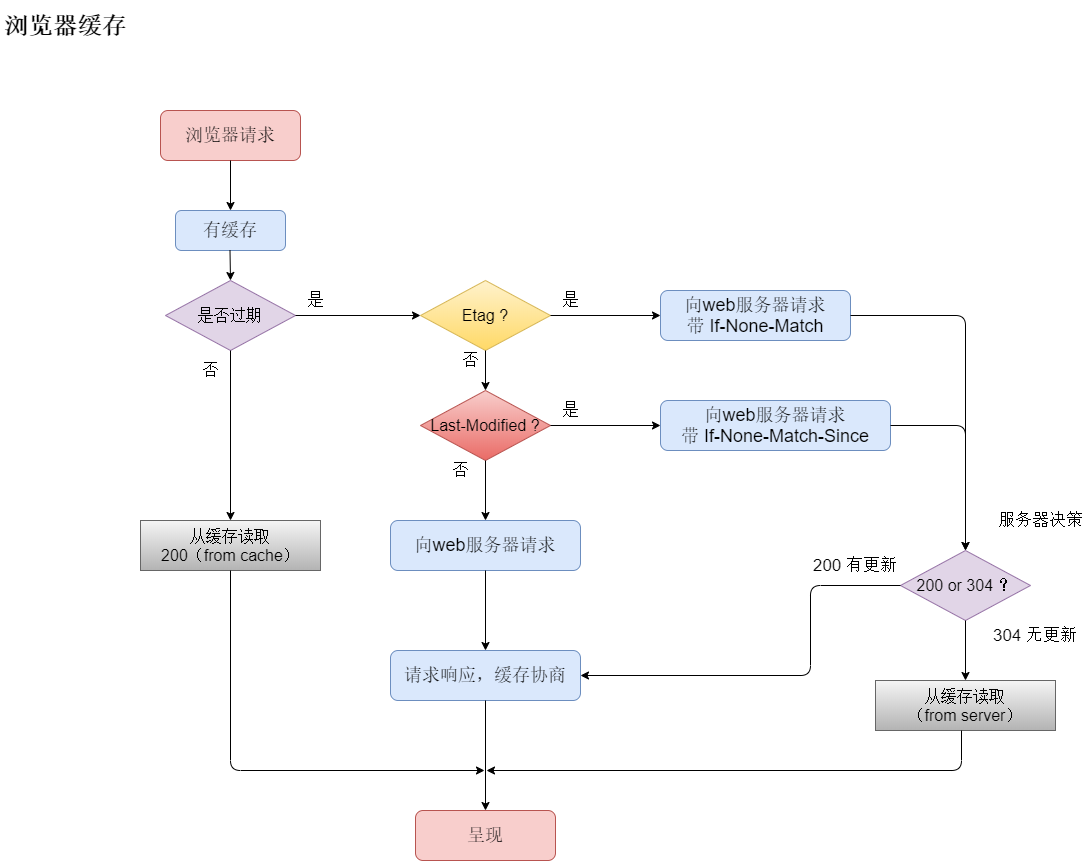
Before: nginx/Browser-cache-principle-1.png, a diagram exported from draw.io (Nevermore12321/LeetCode). Source tidied: cells renumbered, new cells last; positions are measured from the earlier drawing's top-left corner, leaving out a move shared by most shapes.
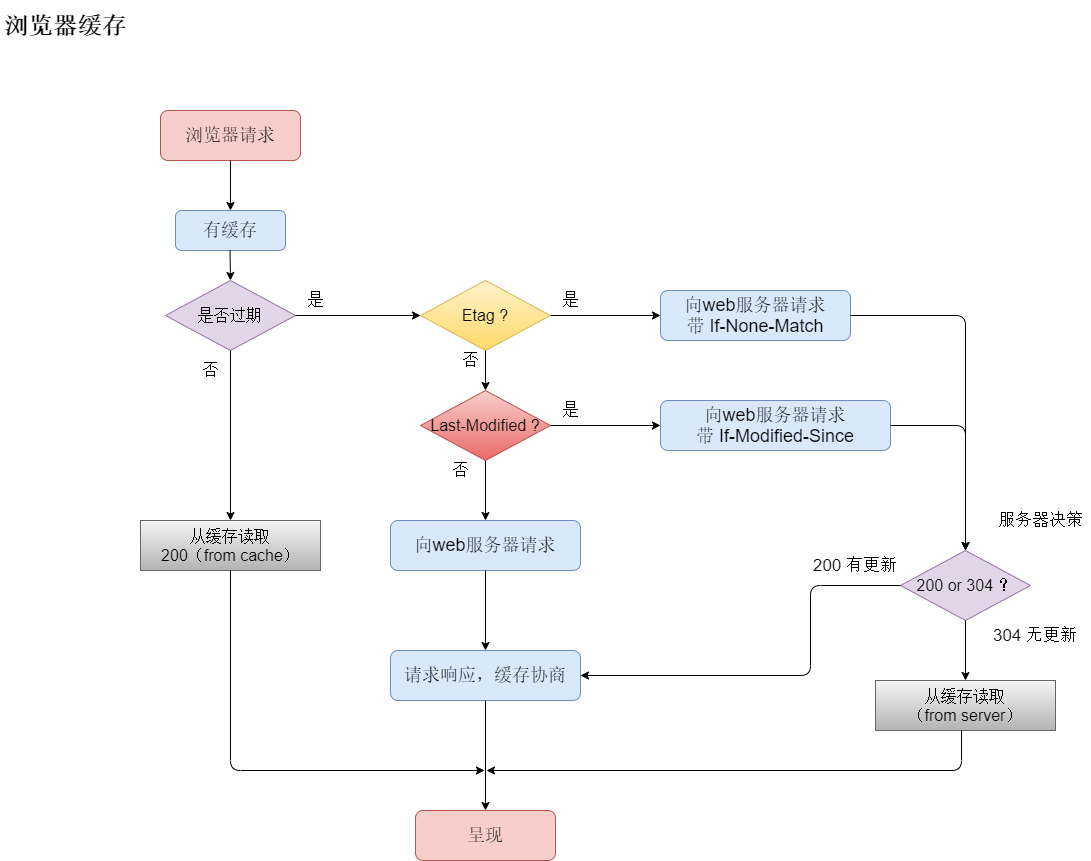
After the commit.

Change to the diagram source:
```diff
@@ -84,7 +84,7 @@
     <mxCell id="25" value="&lt;font style=&quot;font-size: 17px&quot;&gt;是&lt;/font&gt;" style="text;html=1;strokeColor=none;fillColor=none;align=center;verticalAlign=middle;whiteSpace=wrap;rounded=0;" parent="1" vertex="1">
       <mxGeometry x="550" y="290" width="40" height="20" as="geometry" />
     </mxCell>
-    <mxCell id="26" value="&lt;font style=&quot;font-size: 18px&quot;&gt;向web服务器请求&lt;br&gt;带 If-None-Match-Since&lt;br&gt;&lt;/font&gt;" style="rounded=1;whiteSpace=wrap;html=1;fillColor=#dae8fc;strokeColor=#6c8ebf;" parent="1" vertex="1">
+    <mxCell id="26" value="&lt;font style=&quot;font-size: 18px&quot;&gt;向web服务器请求&lt;br&gt;带 If-Modified-Since&lt;br&gt;&lt;/font&gt;" style="rounded=1;whiteSpace=wrap;html=1;fillColor=#dae8fc;strokeColor=#6c8ebf;" parent="1" vertex="1">
       <mxGeometry x="660" y="400" width="230" height="50" as="geometry" />
     </mxCell>
     <mxCell id="27" style="endArrow=classic;html=1;exitX=1;exitY=0.5;exitDx=0;exitDy=0;entryX=0;entryY=0.5;entryDx=0;entryDy=0;" parent="1" edge="1" target="26">
```
